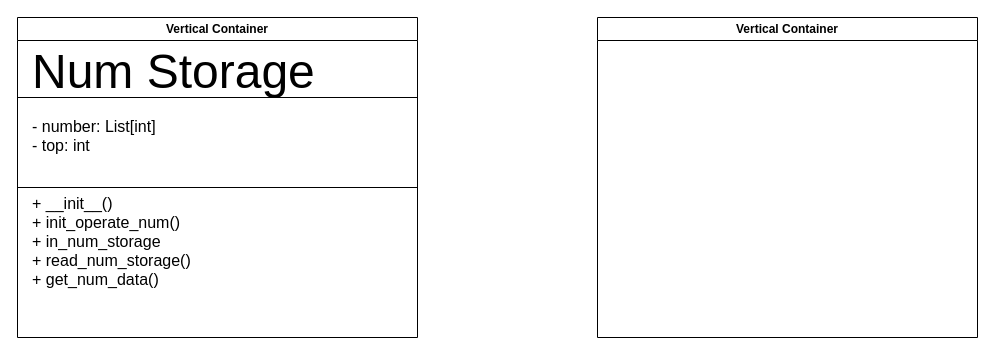
Earlier version of the draw.io diagram Untitled Diagram.drawio (NielsenGordon/gitVideo). Source tidied: cells renumbered, new cells numbered last; positions are measured from the earlier drawing's top-left corner, leaving out a move shared by most shapes. Both pictures are drawn from the tidied source at 100%, with x=0, y=0 at pixel (17, 17).
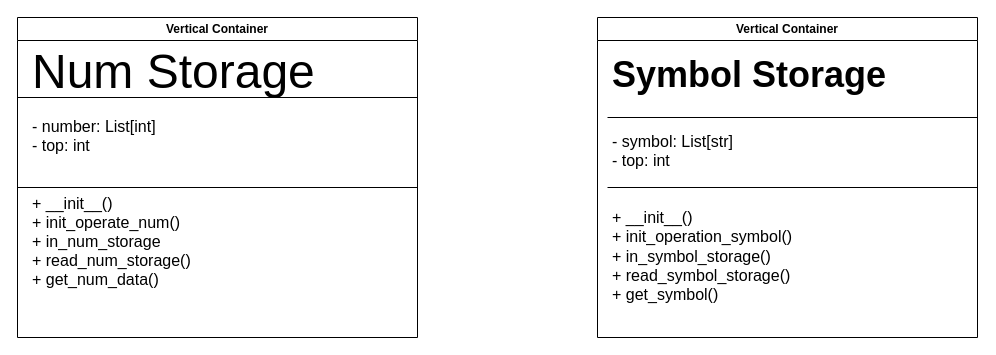
The same diagram, later.

Change to the diagram source:
```diff
@@
 <mxGraphModel>
   <root>
     <mxCell id="0" />
     <mxCell id="1" parent="0" />
     <mxCell id="2" value="Vertical Container" style="swimlane;whiteSpace=wrap;html=1;" parent="1" vertex="1">
       <mxGeometry width="400" height="320" as="geometry" />
     </mxCell>
     <mxCell id="3" value="&lt;h1&gt;&lt;span style=&quot;background-color: initial; font-weight: normal;&quot;&gt;&lt;font style=&quot;font-size: 48px;&quot;&gt;Num Storage&lt;/font&gt;&lt;/span&gt;&lt;/h1&gt;&lt;div&gt;&lt;span style=&quot;font-size: medium; background-color: initial;&quot;&gt;- number: List[int]&lt;/span&gt;&lt;br&gt;&lt;/div&gt;&lt;div&gt;&lt;font size=&quot;3&quot; style=&quot;&quot;&gt;- top: int&lt;/font&gt;&lt;/div&gt;&lt;div&gt;&lt;font size=&quot;3&quot;&gt;&lt;br&gt;&lt;/font&gt;&lt;/div&gt;&lt;div&gt;&lt;font size=&quot;3&quot;&gt;&lt;br&gt;&lt;/font&gt;&lt;/div&gt;&lt;div&gt;&lt;font size=&quot;3&quot;&gt;+ __init__()&lt;/font&gt;&lt;/div&gt;&lt;div&gt;&lt;font size=&quot;3&quot;&gt;+ init_operate_num()&lt;/font&gt;&lt;/div&gt;&lt;div&gt;&lt;font size=&quot;3&quot;&gt;+ in_num_storage&lt;/font&gt;&lt;/div&gt;&lt;div&gt;&lt;font size=&quot;3&quot;&gt;+ read_num_storage()&lt;/font&gt;&lt;/div&gt;&lt;div&gt;&lt;font size=&quot;3&quot;&gt;+ get_num_data()&lt;/font&gt;&lt;/div&gt;&lt;div&gt;&lt;br&gt;&lt;/div&gt;" style="text;html=1;strokeColor=none;fillColor=none;spacing=5;spacingTop=-20;whiteSpace=wrap;overflow=hidden;rounded=0;" parent="2" vertex="1">
       <mxGeometry x="10" y="20" width="380" height="280" as="geometry" />
     </mxCell>
     <mxCell id="4" style="endArrow=none;html=1;rounded=0;" parent="2" edge="1">
       <mxGeometry relative="1" as="geometry">
         <mxPoint x="400" y="170" as="sourcePoint" />
         <mxPoint y="170" as="targetPoint" />
       </mxGeometry>
     </mxCell>
     <mxCell id="5" value="Vertical Container" style="swimlane;whiteSpace=wrap;html=1;" parent="1" vertex="1">
       <mxGeometry x="580" width="380" height="320" as="geometry" />
     </mxCell>
+    <mxCell id="7" value="&lt;h1&gt;&lt;font style=&quot;font-size: 36px;&quot;&gt;Symbol Storage&lt;/font&gt;&lt;/h1&gt;&lt;div&gt;&lt;font size=&quot;3&quot;&gt;&lt;br&gt;&lt;/font&gt;&lt;/div&gt;&lt;div&gt;&lt;font size=&quot;3&quot;&gt;- symbol: List[str]&lt;/font&gt;&lt;/div&gt;&lt;div&gt;&lt;font size=&quot;3&quot;&gt;- top: int&lt;/font&gt;&lt;/div&gt;&lt;div&gt;&lt;font size=&quot;3&quot;&gt;&lt;br&gt;&lt;/font&gt;&lt;/div&gt;&lt;div&gt;&lt;font size=&quot;3&quot;&gt;&lt;br&gt;&lt;/font&gt;&lt;/div&gt;&lt;div&gt;&lt;font size=&quot;3&quot;&gt;+ __init__()&lt;/font&gt;&lt;/div&gt;&lt;div&gt;&lt;font size=&quot;3&quot;&gt;+ init_operation_symbol()&lt;/font&gt;&lt;/div&gt;&lt;div&gt;&lt;font size=&quot;3&quot;&gt;+ in_symbol_storage()&lt;/font&gt;&lt;/div&gt;&lt;div&gt;&lt;font size=&quot;3&quot;&gt;+ read_symbol_storage()&lt;/font&gt;&lt;/div&gt;&lt;div&gt;&lt;font size=&quot;3&quot;&gt;+ get_symbol()&lt;/font&gt;&lt;/div&gt;" style="text;html=1;strokeColor=none;fillColor=none;spacing=5;spacingTop=-20;whiteSpace=wrap;overflow=hidden;rounded=0;" parent="5" vertex="1">
+      <mxGeometry x="10" y="30" width="370" height="280" as="geometry" />
+    </mxCell>
+    <mxCell id="8" style="endArrow=none;html=1;rounded=0;exitX=0;exitY=0.25;exitDx=0;exitDy=0;entryX=1;entryY=0.25;entryDx=0;entryDy=0;" parent="5" edge="1" source="7" target="7">
+      <mxGeometry relative="1" as="geometry" />
+    </mxCell>
+    <mxCell id="9" style="endArrow=none;html=1;rounded=0;exitX=0;exitY=0.5;exitDx=0;exitDy=0;entryX=1;entryY=0.5;entryDx=0;entryDy=0;" parent="5" edge="1" source="7" target="7">
+      <mxGeometry relative="1" as="geometry" />
+    </mxCell>
     <mxCell id="6" style="endArrow=none;html=1;rounded=0;exitX=0;exitY=0.25;exitDx=0;exitDy=0;entryX=1;entryY=0.25;entryDx=0;entryDy=0;" parent="1" edge="1" source="2" target="2">
       <mxGeometry relative="1" as="geometry" />
     </mxCell>
   </root>
 </mxGraphModel>
```
